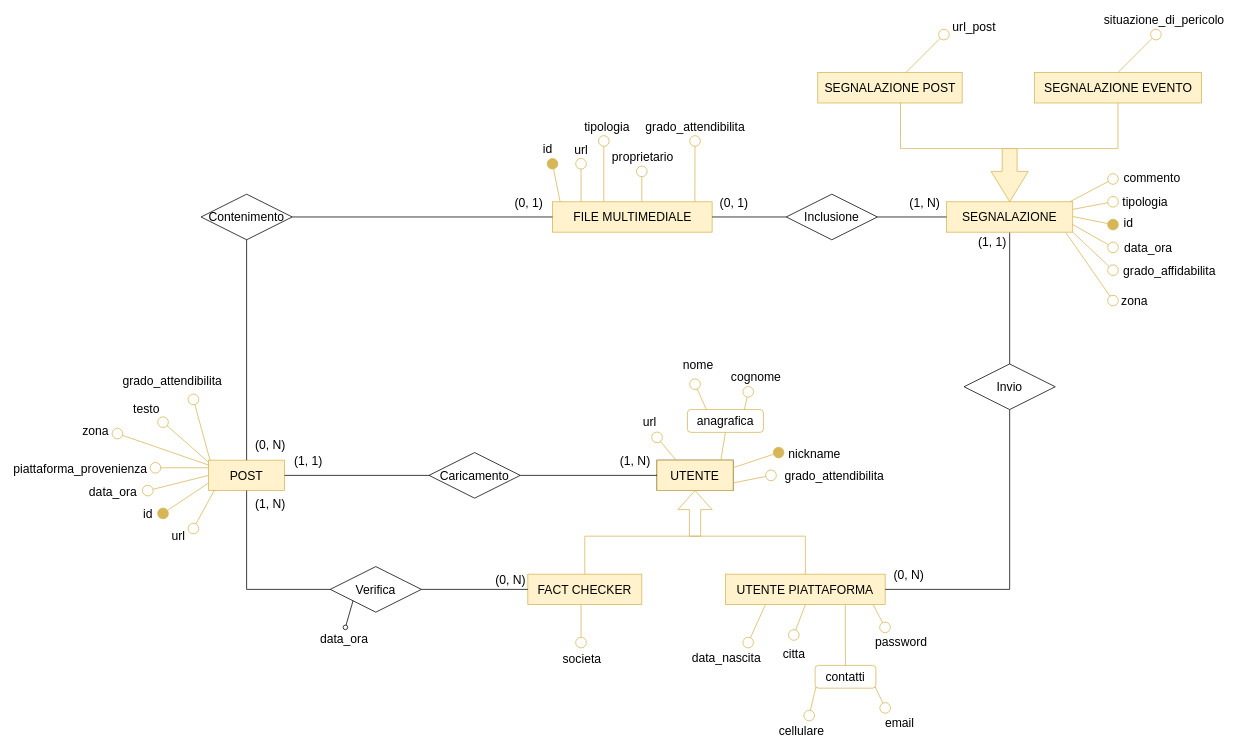
Earlier version of the draw.io diagram page "Diag. Social network" (6 of 7) of diagramma-er.drawio (faffolao/ProgettoBD2022). Source tidied: cells renumbered, new cells numbered last; positions are measured from the earlier drawing's top-left corner, leaving out a move shared by most shapes. Both pictures are drawn from the tidied source at 76%, with x=0, y=0 at pixel (117, 34).
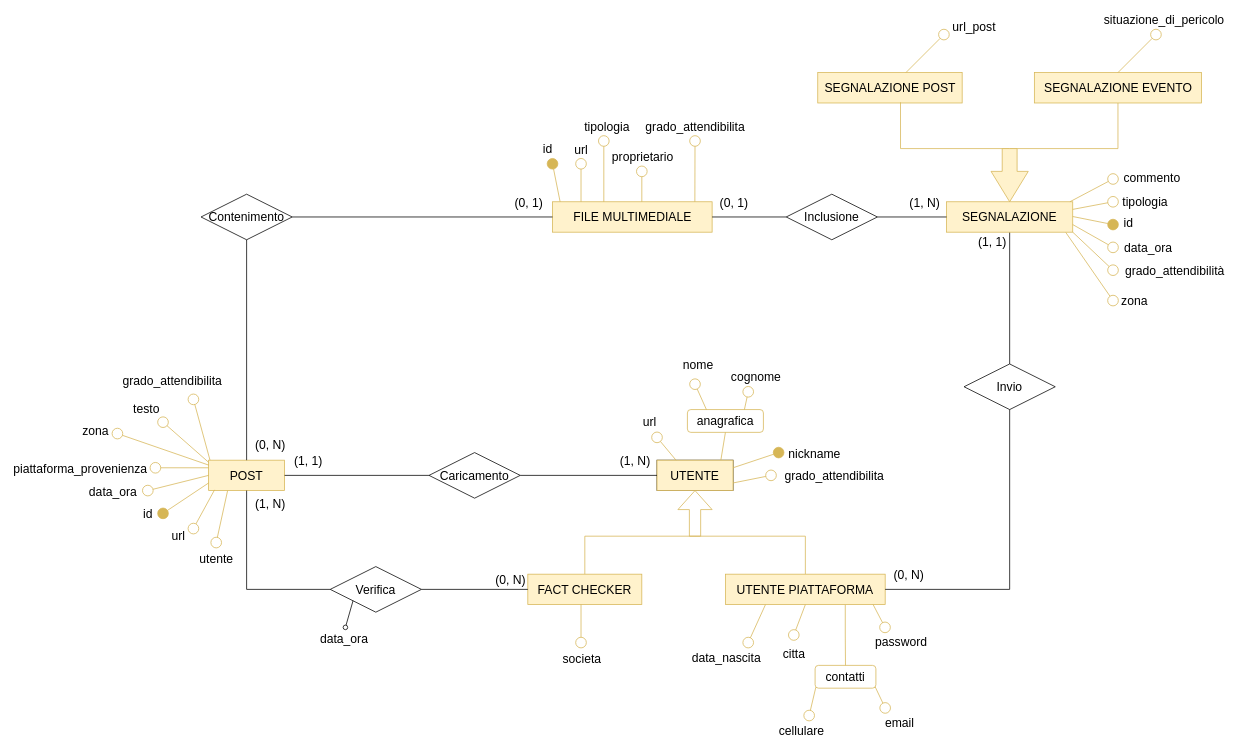
The same page after the edit.

Unchanged cells that the change refers to:
```xml
<mxCell id="32" value="POST" style="whiteSpace=wrap;html=1;align=center;fontSize=16;fillColor=#fff2cc;strokeColor=#d6b656;" parent="1" vertex="1">
  <mxGeometry x="120" y="560" width="100" height="40" as="geometry" />
</mxCell>
<mxCell id="67" style="endArrow=none;html=1;rounded=0;strokeColor=#d6b656;strokeWidth=1;fontSize=12;startSize=14;endSize=14;endFill=0;startArrow=oval;startFill=0;fillColor=#fff2cc;" parent="1" edge="1">
  <mxGeometry relative="1" as="geometry">
    <mxPoint x="1310" y="310" as="sourcePoint" />
    <mxPoint x="1257" y="260" as="targetPoint" />
  </mxGeometry>
</mxCell>
```

The edit, as a diff of the source:
```diff
@@
-    <mxCell id="68" value="grado_affidabilita" style="edgeLabel;html=1;align=center;verticalAlign=middle;fontSize=16;" parent="67" vertex="1">
+    <mxCell id="68" value="grado_attendibilità" style="edgeLabel;html=1;align=center;verticalAlign=middle;fontSize=16;" parent="67" vertex="1">
       <mxGeometry x="0.63" relative="1" as="geometry">
-        <mxPoint x="116" y="41" as="offset" />
+        <mxPoint x="123" y="41" as="offset" />
       </mxGeometry>
     </mxCell>
@@
+    <mxCell id="108" style="endArrow=none;html=1;rounded=0;strokeColor=#d6b656;strokeWidth=1;fontSize=12;startSize=14;endSize=14;exitX=1;exitY=0.5;exitDx=0;exitDy=0;fillColor=#fff2cc;startArrow=oval;startFill=0;entryX=0.25;entryY=1;entryDx=0;entryDy=0;" parent="1" edge="1" target="32">
+      <mxGeometry relative="1" as="geometry">
+        <mxPoint x="130" y="668.4" as="sourcePoint" />
+      </mxGeometry>
+    </mxCell>
+    <mxCell id="109" value="utente" style="edgeLabel;html=1;align=center;verticalAlign=middle;fontSize=16;" parent="108" vertex="1">
+      <mxGeometry x="-0.34" y="2" relative="1" as="geometry">
+        <mxPoint x="-3" y="44" as="offset" />
+      </mxGeometry>
+    </mxCell>
```
